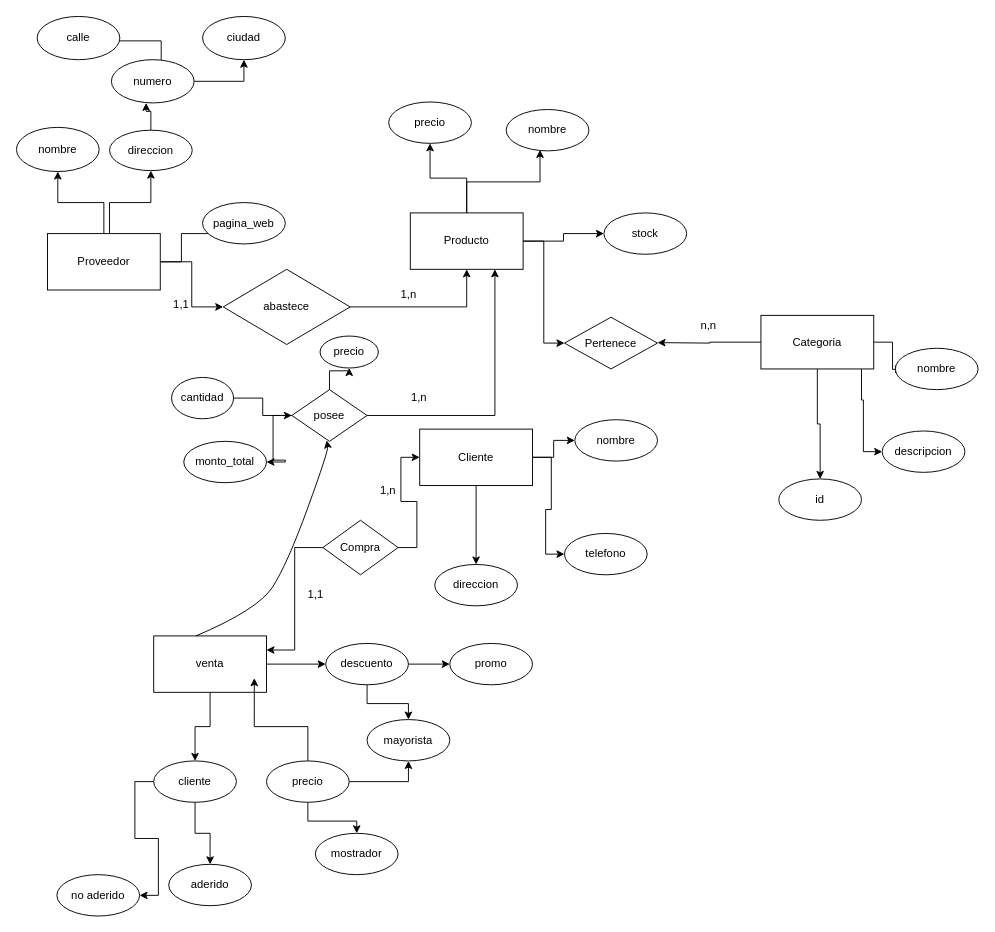
The draw.io diagram Abrir-conDraw.io.drawio in Franchesco44/entrega1-coder, before the edit. Source tidied: cells renumbered, new cells numbered last; positions are measured from the earlier drawing's top-left corner, leaving out a move shared by most shapes. Both pictures are drawn from the tidied source at 94%, with x=0, y=0 at pixel (16, 16).
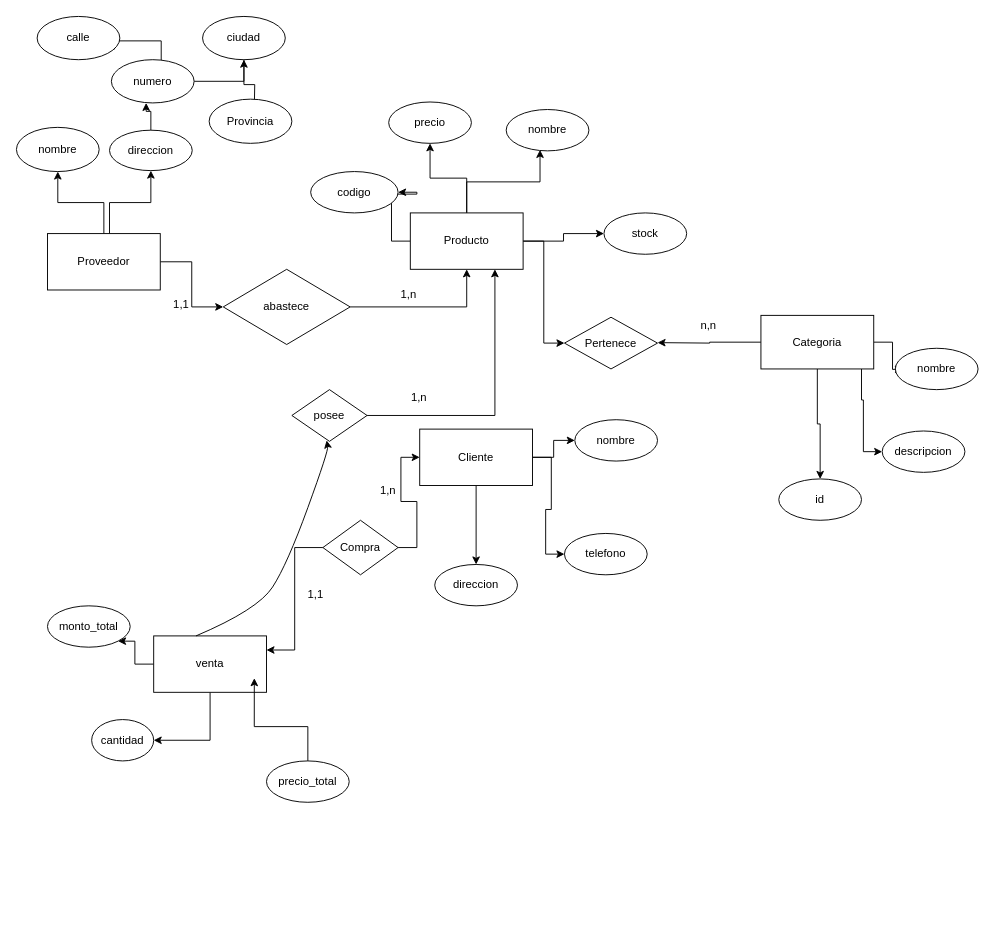
The same page after the edit.

Commit message (it also covers changes not shown here):
realizando correcciones

The change refers to these unchanged cells:
```xml
<mxCell id="6" value="Proveedor" style="rounded=0;whiteSpace=wrap;html=1;" parent="1" vertex="1">
  <mxGeometry x="33" y="231" width="120" height="60" as="geometry" />
</mxCell>
<mxCell id="15" value="Producto" style="rounded=0;whiteSpace=wrap;html=1;" parent="1" vertex="1">
  <mxGeometry x="419" y="209" width="120" height="60" as="geometry" />
</mxCell>
<mxCell id="23" value="venta" style="rounded=0;whiteSpace=wrap;html=1;" parent="1" vertex="1">
  <mxGeometry x="146" y="659" width="120" height="60" as="geometry" />
</mxCell>
<mxCell id="52" value="ciudad" style="ellipse;whiteSpace=wrap;html=1;" parent="1" vertex="1">
  <mxGeometry x="198" width="88" height="46" as="geometry" />
</mxCell>
<mxCell id="68" value="posee" style="rhombus;whiteSpace=wrap;html=1;" parent="1" vertex="1">
  <mxGeometry x="293" y="397" width="80" height="55" as="geometry" />
</mxCell>
```

What changed in the source:
```diff
@@
-    <mxCell id="4" style="edgeStyle=orthogonalEdgeStyle;rounded=0;jettySize=auto;html=1;entryX=0.375;entryY=0.75;entryDx=0;entryDy=0;entryPerimeter=0;" parent="1" edge="1" source="6" target="29">
-      <mxGeometry relative="1" as="geometry" />
-    </mxCell>
@@
+    <mxCell id="79" style="edgeStyle=orthogonalEdgeStyle;rounded=0;jettySize=auto;html=1;" parent="1" edge="1" source="15" target="84">
+      <mxGeometry relative="1" as="geometry" />
+    </mxCell>
@@
-    <mxCell id="21" style="edgeStyle=orthogonalEdgeStyle;rounded=0;jettySize=auto;html=1;" parent="1" edge="1" source="23" target="40">
-      <mxGeometry relative="1" as="geometry" />
-    </mxCell>
-    <mxCell id="22" style="edgeStyle=orthogonalEdgeStyle;rounded=0;jettySize=auto;html=1;" parent="1" edge="1" source="23" target="43">
-      <mxGeometry relative="1" as="geometry" />
-    </mxCell>
+    <mxCell id="80" style="edgeStyle=orthogonalEdgeStyle;rounded=0;jettySize=auto;html=1;entryX=1;entryY=1;entryDx=0;entryDy=0;" parent="1" edge="1" source="23" target="37">
+      <mxGeometry relative="1" as="geometry" />
+    </mxCell>
+    <mxCell id="81" style="edgeStyle=orthogonalEdgeStyle;rounded=0;jettySize=auto;html=1;entryX=1;entryY=0.5;entryDx=0;entryDy=0;" parent="1" edge="1" source="23" target="71">
+      <mxGeometry relative="1" as="geometry" />
+    </mxCell>
@@
-    <mxCell id="29" value="pagina_web" style="ellipse;whiteSpace=wrap;html=1;" parent="1" vertex="1">
-      <mxGeometry x="198" y="198" width="88" height="44" as="geometry" />
-    </mxCell>
@@
     <mxCell id="37" value="monto_total" style="ellipse;whiteSpace=wrap;html=1;" parent="1" vertex="1">
-      <mxGeometry x="178" y="452" width="88" height="44" as="geometry" />
+      <mxGeometry x="33" y="627" width="88" height="44" as="geometry" />
     </mxCell>
-    <mxCell id="38" style="edgeStyle=orthogonalEdgeStyle;rounded=0;jettySize=auto;html=1;" parent="1" edge="1" source="40" target="54">
-      <mxGeometry relative="1" as="geometry" />
-    </mxCell>
-    <mxCell id="39" style="edgeStyle=orthogonalEdgeStyle;rounded=0;jettySize=auto;html=1;" parent="1" edge="1" source="40" target="56">
-      <mxGeometry relative="1" as="geometry" />
-    </mxCell>
-    <mxCell id="40" value="descuento" style="ellipse;whiteSpace=wrap;html=1;" parent="1" vertex="1">
-      <mxGeometry x="329" y="667" width="88" height="44" as="geometry" />
-    </mxCell>
-    <mxCell id="41" style="edgeStyle=orthogonalEdgeStyle;rounded=0;jettySize=auto;html=1;" parent="1" edge="1" source="43" target="57">
-      <mxGeometry relative="1" as="geometry" />
-    </mxCell>
-    <mxCell id="42" style="edgeStyle=orthogonalEdgeStyle;rounded=0;jettySize=auto;html=1;entryX=1;entryY=0.5;entryDx=0;entryDy=0;" parent="1" edge="1" source="43" target="58">
-      <mxGeometry relative="1" as="geometry" />
-    </mxCell>
-    <mxCell id="43" value="cliente" style="ellipse;whiteSpace=wrap;html=1;" parent="1" vertex="1">
-      <mxGeometry x="146" y="792" width="88" height="44" as="geometry" />
-    </mxCell>
-    <mxCell id="44" style="edgeStyle=orthogonalEdgeStyle;rounded=0;jettySize=auto;html=1;" parent="1" edge="1" source="47" target="55">
-      <mxGeometry relative="1" as="geometry" />
-    </mxCell>
-    <mxCell id="45" style="edgeStyle=orthogonalEdgeStyle;rounded=0;jettySize=auto;html=1;entryX=0.5;entryY=1;entryDx=0;entryDy=0;" parent="1" edge="1" source="47" target="54">
-      <mxGeometry relative="1" as="geometry" />
-    </mxCell>
@@
-    <mxCell id="47" value="precio" style="ellipse;whiteSpace=wrap;html=1;" parent="1" vertex="1">
+    <mxCell id="47" value="precio_total" style="ellipse;whiteSpace=wrap;html=1;" parent="1" vertex="1">
       <mxGeometry x="266" y="792" width="88" height="44" as="geometry" />
     </mxCell>
@@
+    <mxCell id="82" style="edgeStyle=orthogonalEdgeStyle;rounded=0;jettySize=auto;html=1;" parent="1" edge="1" source="52">
+      <mxGeometry relative="1" as="geometry">
+        <mxPoint x="253" y="99" as="targetPoint" />
+      </mxGeometry>
+    </mxCell>
@@
-    <mxCell id="54" value="mayorista" style="ellipse;whiteSpace=wrap;html=1;" parent="1" vertex="1">
-      <mxGeometry x="373" y="748" width="88" height="44" as="geometry" />
-    </mxCell>
-    <mxCell id="55" value="mostrador" style="ellipse;whiteSpace=wrap;html=1;" parent="1" vertex="1">
-      <mxGeometry x="318" y="869" width="88" height="44" as="geometry" />
-    </mxCell>
-    <mxCell id="56" value="promo" style="ellipse;whiteSpace=wrap;html=1;" parent="1" vertex="1">
-      <mxGeometry x="461" y="667" width="88" height="44" as="geometry" />
-    </mxCell>
-    <mxCell id="57" value="aderido" style="ellipse;whiteSpace=wrap;html=1;" parent="1" vertex="1">
-      <mxGeometry x="162" y="902" width="88" height="44" as="geometry" />
-    </mxCell>
-    <mxCell id="58" value="no aderido" style="ellipse;whiteSpace=wrap;html=1;" parent="1" vertex="1">
-      <mxGeometry x="43" y="913" width="88" height="44" as="geometry" />
-    </mxCell>
@@
-    <mxCell id="66" style="edgeStyle=orthogonalEdgeStyle;rounded=0;jettySize=auto;html=1;entryX=1;entryY=0.5;entryDx=0;entryDy=0;" parent="1" edge="1" source="68" target="37">
-      <mxGeometry relative="1" as="geometry" />
-    </mxCell>
-    <mxCell id="67" style="edgeStyle=orthogonalEdgeStyle;rounded=0;jettySize=auto;html=1;" parent="1" edge="1" source="68" target="72">
-      <mxGeometry relative="1" as="geometry" />
-    </mxCell>
@@
-    <mxCell id="70" style="edgeStyle=orthogonalEdgeStyle;rounded=0;jettySize=auto;html=1;" parent="1" edge="1" source="71" target="68">
-      <mxGeometry relative="1" as="geometry" />
-    </mxCell>
     <mxCell id="71" value="cantidad" style="ellipse;whiteSpace=wrap;html=1;" parent="1" vertex="1">
-      <mxGeometry x="165" y="384" width="66" height="44" as="geometry" />
+      <mxGeometry x="80" y="748" width="66" height="44" as="geometry" />
     </mxCell>
-    <mxCell id="72" value="precio" style="ellipse;whiteSpace=wrap;html=1;" parent="1" vertex="1">
-      <mxGeometry x="323" y="340" width="62" height="34" as="geometry" />
-    </mxCell>
@@
+    <mxCell id="83" value="Provincia" style="ellipse;whiteSpace=wrap;html=1;" parent="1" vertex="1">
+      <mxGeometry x="205" y="88" width="88" height="47" as="geometry" />
+    </mxCell>
+    <mxCell id="84" value="codigo" style="ellipse;whiteSpace=wrap;html=1;" parent="1" vertex="1">
+      <mxGeometry x="313" y="165" width="93" height="44" as="geometry" />
+    </mxCell>
```
